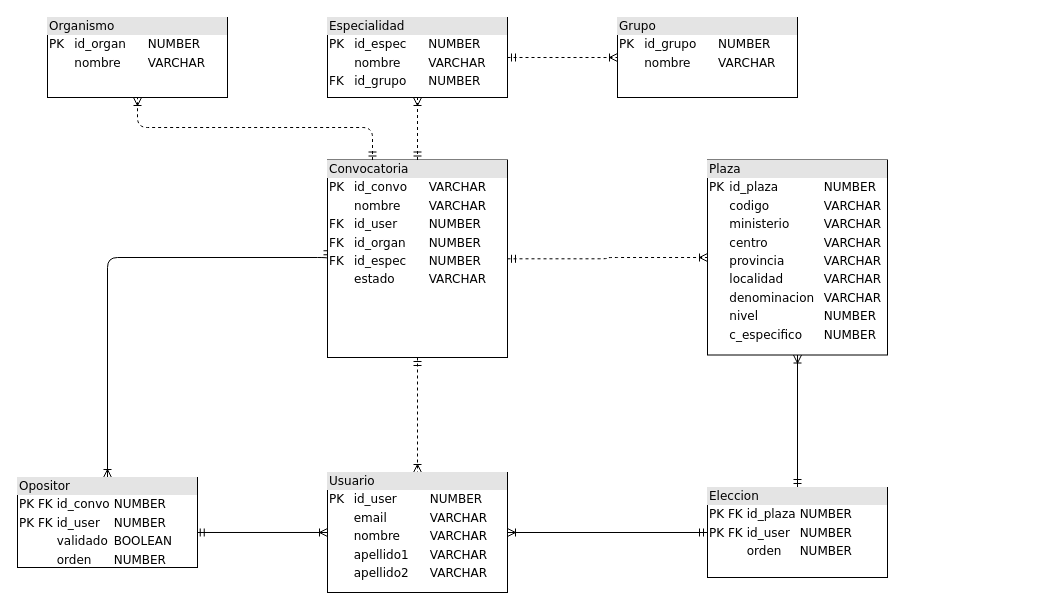
Castillo82/simuladordestinos keeps this draw.io diagram as diagramas/simuladordestinos.drawio. Above is the earlier version. Source tidied: cells renumbered, new cells numbered last; positions are measured from the earlier drawing's top-left corner, leaving out a move shared by most shapes. Both pictures are drawn from the tidied source at 100%, with x=0, y=0 at pixel (17, 17).
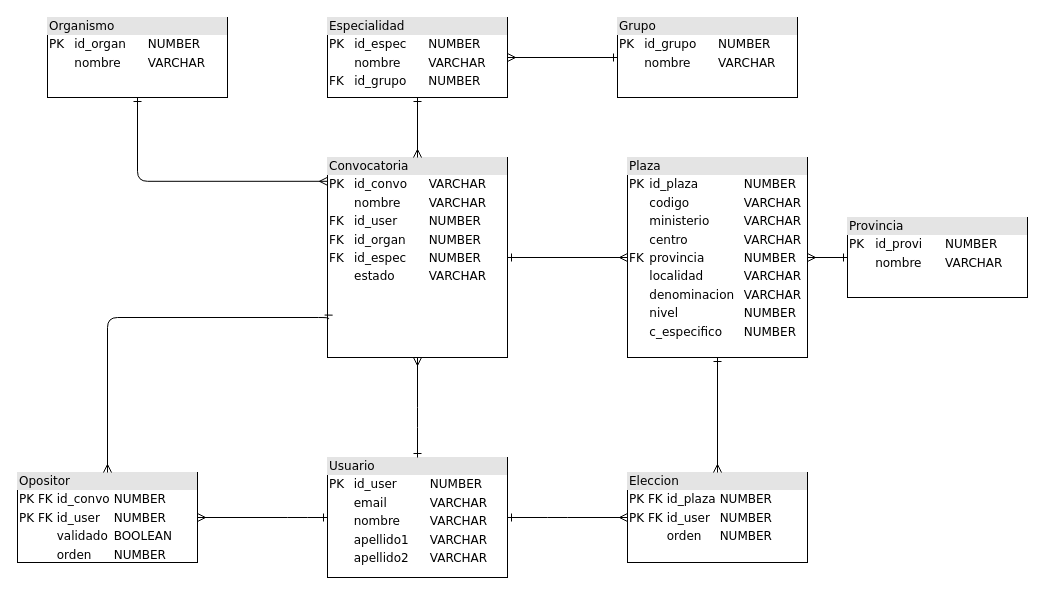
The same diagram, later.

The change refers to these unchanged cells:
```xml
<mxCell id="11" value="&lt;div style=&quot;box-sizing: border-box ; width: 100% ; background: #e4e4e4 ; padding: 2px&quot;&gt;Grupo&lt;/div&gt;&lt;table style=&quot;width: 100% ; font-size: 1em&quot; cellspacing=&quot;0&quot; cellpadding=&quot;2&quot;&gt;&lt;tbody&gt;&lt;tr&gt;&lt;td&gt;PK&lt;br&gt;&lt;/td&gt;&lt;td&gt;id_grupo&lt;br&gt;&lt;/td&gt;&lt;td&gt;NUMBER&lt;br&gt;&lt;/td&gt;&lt;/tr&gt;&lt;tr&gt;&lt;td&gt;&lt;br&gt;&lt;/td&gt;&lt;td&gt;nombre&lt;br&gt;&lt;/td&gt;&lt;td&gt;VARCHAR&lt;br&gt;&lt;/td&gt;&lt;/tr&gt;&lt;tr&gt;&lt;td&gt;&lt;br&gt;&lt;/td&gt;&lt;td&gt;&lt;br&gt;&lt;/td&gt;&lt;td&gt;&lt;br&gt;&lt;/td&gt;&lt;/tr&gt;&lt;tr&gt;&lt;td&gt;&lt;br&gt;&lt;/td&gt;&lt;td&gt;&lt;br&gt;&lt;/td&gt;&lt;td&gt;&lt;br&gt;&lt;/td&gt;&lt;/tr&gt;&lt;tr&gt;&lt;td&gt;&lt;br&gt;&lt;/td&gt;&lt;td&gt;&lt;br&gt;&lt;/td&gt;&lt;td&gt;&lt;br&gt;&lt;/td&gt;&lt;/tr&gt;&lt;/tbody&gt;&lt;/table&gt;" style="verticalAlign=top;align=left;overflow=fill;html=1;rounded=0;shadow=0;comic=0;labelBackgroundColor=none;strokeWidth=1;fontFamily=Verdana;fontSize=12;" parent="1" vertex="1">
  <mxGeometry x="600" width="180" height="80" as="geometry" />
</mxCell>
<mxCell id="14" value="&lt;div style=&quot;box-sizing: border-box ; width: 100% ; background: #e4e4e4 ; padding: 2px&quot;&gt;Especialidad&lt;/div&gt;&lt;table style=&quot;width: 100% ; font-size: 1em&quot; cellspacing=&quot;0&quot; cellpadding=&quot;2&quot;&gt;&lt;tbody&gt;&lt;tr&gt;&lt;td&gt;PK&lt;br&gt;&lt;/td&gt;&lt;td&gt;id_espec&lt;br&gt;&lt;/td&gt;&lt;td&gt;NUMBER&lt;br&gt;&lt;/td&gt;&lt;/tr&gt;&lt;tr&gt;&lt;td&gt;&lt;br&gt;&lt;/td&gt;&lt;td&gt;nombre&lt;br&gt;&lt;/td&gt;&lt;td&gt;VARCHAR&lt;br&gt;&lt;/td&gt;&lt;/tr&gt;&lt;tr&gt;&lt;td&gt;FK&lt;br&gt;&lt;/td&gt;&lt;td&gt;id_grupo&lt;br&gt;&lt;/td&gt;&lt;td&gt;NUMBER&lt;br&gt;&lt;/td&gt;&lt;/tr&gt;&lt;/tbody&gt;&lt;/table&gt;" style="verticalAlign=top;align=left;overflow=fill;html=1;rounded=0;shadow=0;comic=0;labelBackgroundColor=none;strokeWidth=1;fontFamily=Verdana;fontSize=12;" parent="1" vertex="1">
  <mxGeometry x="310" width="180" height="80" as="geometry" />
</mxCell>
<mxCell id="15" value="&lt;div style=&quot;box-sizing: border-box ; width: 100% ; background: #e4e4e4 ; padding: 2px&quot;&gt;Organismo&lt;/div&gt;&lt;table style=&quot;width: 100% ; font-size: 1em&quot; cellspacing=&quot;0&quot; cellpadding=&quot;2&quot;&gt;&lt;tbody&gt;&lt;tr&gt;&lt;td&gt;PK&lt;br&gt;&lt;/td&gt;&lt;td&gt;id_organ&lt;br&gt;&lt;/td&gt;&lt;td&gt;NUMBER&lt;br&gt;&lt;/td&gt;&lt;/tr&gt;&lt;tr&gt;&lt;td&gt;&lt;br&gt;&lt;/td&gt;&lt;td&gt;nombre&lt;br&gt;&lt;/td&gt;&lt;td&gt;VARCHAR&lt;br&gt;&lt;/td&gt;&lt;/tr&gt;&lt;tr&gt;&lt;td&gt;&lt;br&gt;&lt;/td&gt;&lt;td&gt;&lt;br&gt;&lt;/td&gt;&lt;td&gt;&lt;br&gt;&lt;/td&gt;&lt;/tr&gt;&lt;tr&gt;&lt;td&gt;&lt;br&gt;&lt;/td&gt;&lt;td&gt;&lt;br&gt;&lt;/td&gt;&lt;td&gt;&lt;br&gt;&lt;/td&gt;&lt;/tr&gt;&lt;tr&gt;&lt;td&gt;&lt;br&gt;&lt;/td&gt;&lt;td&gt;&lt;br&gt;&lt;/td&gt;&lt;td&gt;&lt;br&gt;&lt;/td&gt;&lt;/tr&gt;&lt;/tbody&gt;&lt;/table&gt;" style="verticalAlign=top;align=left;overflow=fill;html=1;rounded=0;shadow=0;comic=0;labelBackgroundColor=none;strokeWidth=1;fontFamily=Verdana;fontSize=12;" parent="1" vertex="1">
  <mxGeometry x="30" width="180" height="80" as="geometry" />
</mxCell>
```

Change to the diagram source:
```diff
@@
-    <mxCell id="2" style="edgeStyle=orthogonalEdgeStyle;html=1;dashed=1;labelBackgroundColor=none;startArrow=ERmandOne;endArrow=ERoneToMany;fontFamily=Verdana;fontSize=12;align=left;entryX=0.5;entryY=1;entryDx=0;entryDy=0;" parent="1" edge="1" source="18" target="14">
-      <mxGeometry relative="1" as="geometry" />
-    </mxCell>
-    <mxCell id="3" style="edgeStyle=orthogonalEdgeStyle;html=1;dashed=1;labelBackgroundColor=none;startArrow=ERmandOne;endArrow=ERoneToMany;fontFamily=Verdana;fontSize=12;align=left;entryX=0.5;entryY=1;entryDx=0;entryDy=0;exitX=0.25;exitY=0;exitDx=0;exitDy=0;" parent="1" edge="1" source="18" target="15">
-      <mxGeometry relative="1" as="geometry">
-        <Array as="points">
-          <mxPoint x="355" y="110" />
-          <mxPoint x="120" y="110" />
-        </Array>
-      </mxGeometry>
-    </mxCell>
-    <mxCell id="4" style="edgeStyle=orthogonalEdgeStyle;html=1;labelBackgroundColor=none;startArrow=ERmandOne;endArrow=ERoneToMany;fontFamily=Verdana;fontSize=12;align=left;entryX=0.5;entryY=1;entryDx=0;entryDy=0;exitX=0.5;exitY=0;exitDx=0;exitDy=0;" parent="1" edge="1" source="8" target="6">
-      <mxGeometry relative="1" as="geometry" />
-    </mxCell>
-    <mxCell id="5" style="edgeStyle=orthogonalEdgeStyle;html=1;entryX=0;entryY=0.5;dashed=1;labelBackgroundColor=none;startArrow=ERmandOne;endArrow=ERoneToMany;fontFamily=Verdana;fontSize=12;align=left;entryDx=0;entryDy=0;" parent="1" edge="1" source="18" target="6">
-      <mxGeometry relative="1" as="geometry" />
-    </mxCell>
-    <mxCell id="6" value="&lt;div style=&quot;box-sizing: border-box ; width: 100% ; background: #e4e4e4 ; padding: 2px&quot;&gt;Plaza&lt;br&gt;&lt;/div&gt;&lt;table style=&quot;width: 100% ; font-size: 1em&quot; cellspacing=&quot;0&quot; cellpadding=&quot;2&quot;&gt;&lt;tbody&gt;&lt;tr&gt;&lt;td&gt;PK&lt;br&gt;&lt;/td&gt;&lt;td&gt;id_plaza&lt;br&gt;&lt;/td&gt;&lt;td&gt;NUMBER&lt;br&gt;&lt;/td&gt;&lt;/tr&gt;&lt;tr&gt;&lt;td&gt;&lt;br&gt;&lt;/td&gt;&lt;td&gt;codigo&lt;br&gt;&lt;/td&gt;&lt;td&gt;VARCHAR&lt;br&gt;&lt;/td&gt;&lt;/tr&gt;&lt;tr&gt;&lt;td&gt;&lt;br&gt;&lt;/td&gt;&lt;td&gt;ministerio&lt;br&gt;&lt;/td&gt;&lt;td&gt;VARCHAR&lt;br&gt;&lt;/td&gt;&lt;/tr&gt;&lt;tr&gt;&lt;td&gt;&lt;br&gt;&lt;/td&gt;&lt;td&gt;centro&lt;br&gt;&lt;/td&gt;&lt;td&gt;VARCHAR&lt;/td&gt;&lt;/tr&gt;&lt;tr&gt;&lt;td&gt;&lt;br&gt;&lt;/td&gt;&lt;td&gt;provincia&lt;br&gt;&lt;/td&gt;&lt;td&gt;VARCHAR&lt;/td&gt;&lt;/tr&gt;&lt;tr&gt;&lt;td&gt;&lt;br&gt;&lt;/td&gt;&lt;td&gt;localidad&lt;br&gt;&lt;/td&gt;&lt;td&gt;VARCHAR&lt;/td&gt;&lt;/tr&gt;&lt;tr&gt;&lt;td&gt;&lt;br&gt;&lt;/td&gt;&lt;td&gt;denominacion&lt;br&gt;&lt;/td&gt;&lt;td&gt;VARCHAR&lt;/td&gt;&lt;/tr&gt;&lt;tr&gt;&lt;td&gt;&lt;br&gt;&lt;/td&gt;&lt;td&gt;nivel&lt;br&gt;&lt;/td&gt;&lt;td&gt;NUMBER&lt;br&gt;&lt;/td&gt;&lt;/tr&gt;&lt;tr&gt;&lt;td&gt;&lt;br&gt;&lt;/td&gt;&lt;td&gt;c_especifico&lt;br&gt;&lt;/td&gt;&lt;td&gt;NUMBER&lt;br&gt;&lt;/td&gt;&lt;/tr&gt;&lt;/tbody&gt;&lt;/table&gt;" style="verticalAlign=top;align=left;overflow=fill;html=1;rounded=0;shadow=0;comic=0;labelBackgroundColor=none;strokeWidth=1;fontFamily=Verdana;fontSize=12;" parent="1" vertex="1">
-      <mxGeometry x="690" y="142.5" width="180" height="195" as="geometry" />
+    <mxCell id="6" value="&lt;div style=&quot;box-sizing: border-box ; width: 100% ; background: #e4e4e4 ; padding: 2px&quot;&gt;Plaza&lt;br&gt;&lt;/div&gt;&lt;table style=&quot;width: 100% ; font-size: 1em&quot; cellspacing=&quot;0&quot; cellpadding=&quot;2&quot;&gt;&lt;tbody&gt;&lt;tr&gt;&lt;td&gt;PK&lt;br&gt;&lt;/td&gt;&lt;td&gt;id_plaza&lt;br&gt;&lt;/td&gt;&lt;td&gt;NUMBER&lt;br&gt;&lt;/td&gt;&lt;/tr&gt;&lt;tr&gt;&lt;td&gt;&lt;br&gt;&lt;/td&gt;&lt;td&gt;codigo&lt;br&gt;&lt;/td&gt;&lt;td&gt;VARCHAR&lt;br&gt;&lt;/td&gt;&lt;/tr&gt;&lt;tr&gt;&lt;td&gt;&lt;br&gt;&lt;/td&gt;&lt;td&gt;ministerio&lt;br&gt;&lt;/td&gt;&lt;td&gt;VARCHAR&lt;br&gt;&lt;/td&gt;&lt;/tr&gt;&lt;tr&gt;&lt;td&gt;&lt;br&gt;&lt;/td&gt;&lt;td&gt;centro&lt;br&gt;&lt;/td&gt;&lt;td&gt;VARCHAR&lt;/td&gt;&lt;/tr&gt;&lt;tr&gt;&lt;td&gt;FK&lt;br&gt;&lt;/td&gt;&lt;td&gt;provincia&lt;br&gt;&lt;/td&gt;&lt;td&gt;NUMBER&lt;br&gt;&lt;/td&gt;&lt;/tr&gt;&lt;tr&gt;&lt;td&gt;&lt;br&gt;&lt;/td&gt;&lt;td&gt;localidad&lt;br&gt;&lt;/td&gt;&lt;td&gt;VARCHAR&lt;/td&gt;&lt;/tr&gt;&lt;tr&gt;&lt;td&gt;&lt;br&gt;&lt;/td&gt;&lt;td&gt;denominacion&lt;br&gt;&lt;/td&gt;&lt;td&gt;VARCHAR&lt;/td&gt;&lt;/tr&gt;&lt;tr&gt;&lt;td&gt;&lt;br&gt;&lt;/td&gt;&lt;td&gt;nivel&lt;br&gt;&lt;/td&gt;&lt;td&gt;NUMBER&lt;br&gt;&lt;/td&gt;&lt;/tr&gt;&lt;tr&gt;&lt;td&gt;&lt;br&gt;&lt;/td&gt;&lt;td&gt;c_especifico&lt;br&gt;&lt;/td&gt;&lt;td&gt;NUMBER&lt;br&gt;&lt;/td&gt;&lt;/tr&gt;&lt;/tbody&gt;&lt;/table&gt;" style="verticalAlign=top;align=left;overflow=fill;html=1;rounded=0;shadow=0;comic=0;labelBackgroundColor=none;strokeWidth=1;fontFamily=Verdana;fontSize=12;" parent="1" vertex="1">
+      <mxGeometry x="610" y="140" width="180" height="200" as="geometry" />
     </mxCell>
-    <mxCell id="7" style="edgeStyle=orthogonalEdgeStyle;html=1;entryX=0.5;entryY=0;labelBackgroundColor=none;startArrow=ERmandOne;endArrow=ERoneToMany;fontFamily=Verdana;fontSize=12;align=left;exitX=0;exitY=0.5;exitDx=0;exitDy=0;entryDx=0;entryDy=0;" parent="1" edge="1" source="18" target="16">
-      <mxGeometry relative="1" as="geometry">
-        <Array as="points">
-          <mxPoint x="310" y="240" />
-          <mxPoint x="90" y="240" />
-        </Array>
-      </mxGeometry>
-    </mxCell>
     <mxCell id="8" value="&lt;div style=&quot;box-sizing: border-box ; width: 100% ; background: #e4e4e4 ; padding: 2px&quot;&gt;Eleccion&lt;/div&gt;&lt;table cellspacing=&quot;0&quot; cellpadding=&quot;2&quot;&gt;&lt;tbody&gt;&lt;tr&gt;&lt;td&gt;PK FK&lt;br&gt;&lt;/td&gt;&lt;td&gt;id_plaza&lt;br&gt;&lt;/td&gt;&lt;td&gt;NUMBER&lt;br&gt;&lt;/td&gt;&lt;/tr&gt;&lt;tr&gt;&lt;td&gt;PK FK&lt;br&gt;&lt;/td&gt;&lt;td&gt;id_user&lt;br&gt;&lt;/td&gt;&lt;td&gt;NUMBER&lt;br&gt;&lt;/td&gt;&lt;/tr&gt;&lt;tr&gt;&lt;td&gt;&lt;br&gt;&lt;/td&gt;&lt;td&gt;orden&lt;br&gt;&lt;/td&gt;&lt;td&gt;NUMBER&lt;br&gt;&lt;/td&gt;&lt;/tr&gt;&lt;tr&gt;&lt;td&gt;&lt;br&gt;&lt;/td&gt;&lt;td&gt;&lt;br&gt;&lt;/td&gt;&lt;td&gt;&lt;br&gt;&lt;/td&gt;&lt;/tr&gt;&lt;tr&gt;&lt;td&gt;&lt;br&gt;&lt;/td&gt;&lt;td&gt;&lt;br&gt;&lt;/td&gt;&lt;td&gt;&lt;br&gt;&lt;/td&gt;&lt;/tr&gt;&lt;/tbody&gt;&lt;/table&gt;" style="verticalAlign=top;align=left;overflow=fill;html=1;rounded=0;shadow=0;comic=0;labelBackgroundColor=none;strokeWidth=1;fontFamily=Verdana;fontSize=12;" parent="1" vertex="1">
-      <mxGeometry x="690" y="470" width="180" height="90" as="geometry" />
+      <mxGeometry x="610" y="455" width="180" height="90" as="geometry" />
     </mxCell>
-    <mxCell id="9" style="edgeStyle=orthogonalEdgeStyle;html=1;labelBackgroundColor=none;startArrow=ERmandOne;endArrow=ERoneToMany;fontFamily=Verdana;fontSize=12;align=left;dashed=1;" parent="1" edge="1" source="18" target="17">
-      <mxGeometry relative="1" as="geometry" />
-    </mxCell>
-    <mxCell id="10" style="edgeStyle=orthogonalEdgeStyle;html=1;dashed=1;labelBackgroundColor=none;startArrow=ERmandOne;endArrow=ERoneToMany;fontFamily=Verdana;fontSize=12;align=left;exitX=1;exitY=0.5;exitDx=0;exitDy=0;" parent="1" edge="1" source="14" target="11">
+    <mxCell id="10" style="edgeStyle=orthogonalEdgeStyle;html=1;labelBackgroundColor=none;startArrow=ERmany;endArrow=ERone;fontFamily=Verdana;fontSize=12;align=left;exitX=1;exitY=0.5;exitDx=0;exitDy=0;startFill=0;endFill=0;" parent="1" edge="1" source="14" target="11">
       <mxGeometry relative="1" as="geometry" />
     </mxCell>
@@
-    <mxCell id="12" style="edgeStyle=orthogonalEdgeStyle;html=1;labelBackgroundColor=none;startArrow=ERmandOne;endArrow=ERoneToMany;fontFamily=Verdana;fontSize=12;align=left;entryX=1;entryY=0.5;entryDx=0;entryDy=0;exitX=0;exitY=0.5;exitDx=0;exitDy=0;" parent="1" edge="1" source="8" target="17">
-      <mxGeometry relative="1" as="geometry" />
-    </mxCell>
-    <mxCell id="13" style="edgeStyle=orthogonalEdgeStyle;html=1;labelBackgroundColor=none;startArrow=ERmandOne;endArrow=ERoneToMany;fontFamily=Verdana;fontSize=12;align=left;exitX=0.993;exitY=0.611;exitDx=0;exitDy=0;exitPerimeter=0;" parent="1" edge="1" source="16" target="17">
-      <mxGeometry relative="1" as="geometry" />
-    </mxCell>
@@
     <mxCell id="16" value="&lt;div style=&quot;box-sizing: border-box ; width: 100% ; background: #e4e4e4 ; padding: 2px&quot;&gt;Opositor&lt;/div&gt;&lt;table cellspacing=&quot;0&quot; cellpadding=&quot;2&quot;&gt;&lt;tbody&gt;&lt;tr&gt;&lt;td&gt;PK FK&lt;br&gt;&lt;/td&gt;&lt;td&gt;id_convo&lt;br&gt;&lt;/td&gt;&lt;td&gt;NUMBER&lt;br&gt;&lt;/td&gt;&lt;/tr&gt;&lt;tr&gt;&lt;td&gt;PK FK&lt;br&gt;&lt;/td&gt;&lt;td&gt;id_user&lt;br&gt;&lt;/td&gt;&lt;td&gt;NUMBER&lt;br&gt;&lt;/td&gt;&lt;/tr&gt;&lt;tr&gt;&lt;td&gt;&lt;br&gt;&lt;/td&gt;&lt;td&gt;validado&lt;br&gt;&lt;/td&gt;&lt;td&gt;BOOLEAN&lt;br&gt;&lt;/td&gt;&lt;/tr&gt;&lt;tr&gt;&lt;td&gt;&lt;br&gt;&lt;/td&gt;&lt;td&gt;orden&lt;br&gt;&lt;/td&gt;&lt;td&gt;NUMBER&lt;br&gt;&lt;/td&gt;&lt;/tr&gt;&lt;tr&gt;&lt;td&gt;&lt;br&gt;&lt;/td&gt;&lt;td&gt;&lt;br&gt;&lt;/td&gt;&lt;td&gt;&lt;br&gt;&lt;/td&gt;&lt;/tr&gt;&lt;/tbody&gt;&lt;/table&gt;" style="verticalAlign=top;align=left;overflow=fill;html=1;rounded=0;shadow=0;comic=0;labelBackgroundColor=none;strokeWidth=1;fontFamily=Verdana;fontSize=12;" parent="1" vertex="1">
-      <mxGeometry y="460" width="180" height="90" as="geometry" />
+      <mxGeometry y="455" width="180" height="90" as="geometry" />
     </mxCell>
     <mxCell id="17" value="&lt;div style=&quot;box-sizing: border-box ; width: 100% ; background: #e4e4e4 ; padding: 2px&quot;&gt;Usuario&lt;br&gt;&lt;/div&gt;&lt;table style=&quot;width: 100% ; font-size: 1em&quot; cellspacing=&quot;0&quot; cellpadding=&quot;2&quot;&gt;&lt;tbody&gt;&lt;tr&gt;&lt;td&gt;PK&lt;br&gt;&lt;/td&gt;&lt;td&gt;id_user&lt;br&gt;&lt;/td&gt;&lt;td&gt;NUMBER&lt;br&gt;&lt;/td&gt;&lt;/tr&gt;&lt;tr&gt;&lt;td&gt;&lt;br&gt;&lt;/td&gt;&lt;td&gt;email&lt;br&gt;&lt;/td&gt;&lt;td&gt;VARCHAR&lt;br&gt;&lt;/td&gt;&lt;/tr&gt;&lt;tr&gt;&lt;td&gt;&lt;br&gt;&lt;/td&gt;&lt;td&gt;nombre&lt;br&gt;&lt;/td&gt;&lt;td&gt;VARCHAR&lt;/td&gt;&lt;/tr&gt;&lt;tr&gt;&lt;td&gt;&lt;br&gt;&lt;/td&gt;&lt;td&gt;apellido1&lt;br&gt;&lt;/td&gt;&lt;td&gt;VARCHAR&lt;/td&gt;&lt;/tr&gt;&lt;tr&gt;&lt;td&gt;&lt;br&gt;&lt;/td&gt;&lt;td&gt;apellido2&lt;br&gt;&lt;/td&gt;&lt;td&gt;VARCHAR&lt;/td&gt;&lt;/tr&gt;&lt;/tbody&gt;&lt;/table&gt;" style="verticalAlign=top;align=left;overflow=fill;html=1;rounded=0;shadow=0;comic=0;labelBackgroundColor=none;strokeWidth=1;fontFamily=Verdana;fontSize=12;" parent="1" vertex="1">
-      <mxGeometry x="310" y="455" width="180" height="120" as="geometry" />
+      <mxGeometry x="310" y="440" width="180" height="120" as="geometry" />
     </mxCell>
     <mxCell id="18" value="&lt;div style=&quot;box-sizing: border-box ; width: 100% ; background: #e4e4e4 ; padding: 2px&quot;&gt;Convocatoria&lt;br&gt;&lt;/div&gt;&lt;table style=&quot;width: 100% ; font-size: 1em&quot; cellspacing=&quot;0&quot; cellpadding=&quot;2&quot;&gt;&lt;tbody&gt;&lt;tr&gt;&lt;td&gt;PK&lt;br&gt;&lt;/td&gt;&lt;td&gt;id_convo&lt;br&gt;&lt;/td&gt;&lt;td&gt;VARCHAR&lt;br&gt;&lt;/td&gt;&lt;/tr&gt;&lt;tr&gt;&lt;td&gt;&lt;br&gt;&lt;/td&gt;&lt;td&gt;nombre&lt;br&gt;&lt;/td&gt;&lt;td&gt;VARCHAR&lt;br&gt;&lt;/td&gt;&lt;/tr&gt;&lt;tr&gt;&lt;td&gt;FK&lt;br&gt;&lt;/td&gt;&lt;td&gt;id_user&lt;br&gt;&lt;/td&gt;&lt;td&gt;NUMBER&lt;br&gt;&lt;/td&gt;&lt;/tr&gt;&lt;tr&gt;&lt;td&gt;FK&lt;br&gt;&lt;/td&gt;&lt;td&gt;id_organ&lt;br&gt;&lt;/td&gt;&lt;td&gt;NUMBER&lt;br&gt;&lt;/td&gt;&lt;/tr&gt;&lt;tr&gt;&lt;td&gt;FK&lt;br&gt;&lt;/td&gt;&lt;td&gt;id_espec&lt;br&gt;&lt;/td&gt;&lt;td&gt;NUMBER&lt;br&gt;&lt;/td&gt;&lt;/tr&gt;&lt;tr&gt;&lt;td&gt;&lt;br&gt;&lt;/td&gt;&lt;td&gt;estado&lt;br&gt;&lt;/td&gt;&lt;td&gt;VARCHAR&lt;br&gt;&lt;/td&gt;&lt;/tr&gt;&lt;tr&gt;&lt;td&gt;&lt;br&gt;&lt;/td&gt;&lt;td&gt;&lt;br&gt;&lt;/td&gt;&lt;td&gt;&lt;br&gt;&lt;/td&gt;&lt;/tr&gt;&lt;tr&gt;&lt;td&gt;&lt;br&gt;&lt;/td&gt;&lt;td&gt;&lt;br&gt;&lt;/td&gt;&lt;td&gt;&lt;br&gt;&lt;/td&gt;&lt;/tr&gt;&lt;tr&gt;&lt;td&gt;&lt;br&gt;&lt;/td&gt;&lt;td&gt;&lt;br&gt;&lt;/td&gt;&lt;td&gt;&lt;br&gt;&lt;/td&gt;&lt;/tr&gt;&lt;tr&gt;&lt;td&gt;&lt;br&gt;&lt;/td&gt;&lt;td&gt;&lt;br&gt;&lt;/td&gt;&lt;td&gt;&lt;br&gt;&lt;/td&gt;&lt;/tr&gt;&lt;tr&gt;&lt;td&gt;&lt;br&gt;&lt;/td&gt;&lt;td&gt;&lt;br&gt;&lt;/td&gt;&lt;td&gt;&lt;br&gt;&lt;/td&gt;&lt;/tr&gt;&lt;/tbody&gt;&lt;/table&gt;" style="verticalAlign=top;align=left;overflow=fill;html=1;rounded=0;shadow=0;comic=0;labelBackgroundColor=none;strokeWidth=1;fontFamily=Verdana;fontSize=12;" parent="1" vertex="1">
-      <mxGeometry x="310" y="142.5" width="180" height="197.5" as="geometry" />
+      <mxGeometry x="310" y="140" width="180" height="200" as="geometry" />
     </mxCell>
+    <mxCell id="3" style="edgeStyle=orthogonalEdgeStyle;html=1;labelBackgroundColor=none;startArrow=ERmany;endArrow=ERone;fontFamily=Verdana;fontSize=12;align=left;exitX=0;exitY=0.119;exitDx=0;exitDy=0;startFill=0;endFill=0;entryX=0.5;entryY=1;entryDx=0;entryDy=0;exitPerimeter=0;" parent="1" edge="1" source="18" target="15">
+      <mxGeometry relative="1" as="geometry" />
+    </mxCell>
+    <mxCell id="2" style="edgeStyle=orthogonalEdgeStyle;html=1;labelBackgroundColor=none;startArrow=ERmany;endArrow=ERone;fontFamily=Verdana;fontSize=12;align=left;exitX=0.5;exitY=0;exitDx=0;exitDy=0;startFill=0;endFill=0;entryX=0.5;entryY=1;entryDx=0;entryDy=0;" parent="1" edge="1" source="18" target="14">
+      <mxGeometry relative="1" as="geometry" />
+    </mxCell>
+    <mxCell id="19" style="edgeStyle=orthogonalEdgeStyle;html=1;labelBackgroundColor=none;startArrow=ERmany;endArrow=ERone;fontFamily=Verdana;fontSize=12;align=left;startFill=0;endFill=0;entryX=0.006;entryY=0.808;entryDx=0;entryDy=0;entryPerimeter=0;exitX=0.5;exitY=0;exitDx=0;exitDy=0;" parent="1" edge="1" source="16" target="18">
+      <mxGeometry relative="1" as="geometry">
+        <Array as="points">
+          <mxPoint x="90" y="300" />
+          <mxPoint x="311" y="300" />
+        </Array>
+      </mxGeometry>
+    </mxCell>
+    <mxCell id="9" style="edgeStyle=orthogonalEdgeStyle;html=1;labelBackgroundColor=none;startArrow=ERmany;endArrow=ERone;fontFamily=Verdana;fontSize=12;align=left;exitX=0.5;exitY=1;exitDx=0;exitDy=0;startFill=0;endFill=0;entryX=0.5;entryY=0;entryDx=0;entryDy=0;" parent="1" edge="1" source="18" target="17">
+      <mxGeometry relative="1" as="geometry">
+        <Array as="points">
+          <mxPoint x="400" y="400" />
+          <mxPoint x="400" y="400" />
+        </Array>
+      </mxGeometry>
+    </mxCell>
+    <mxCell id="20" value="&lt;div style=&quot;box-sizing: border-box ; width: 100% ; background: #e4e4e4 ; padding: 2px&quot;&gt;Provincia&lt;br&gt;&lt;/div&gt;&lt;table style=&quot;width: 100% ; font-size: 1em&quot; cellspacing=&quot;0&quot; cellpadding=&quot;2&quot;&gt;&lt;tbody&gt;&lt;tr&gt;&lt;td&gt;PK&lt;br&gt;&lt;/td&gt;&lt;td&gt;id_provi&lt;br&gt;&lt;/td&gt;&lt;td&gt;NUMBER&lt;br&gt;&lt;/td&gt;&lt;/tr&gt;&lt;tr&gt;&lt;td&gt;&lt;br&gt;&lt;/td&gt;&lt;td&gt;nombre&lt;br&gt;&lt;/td&gt;&lt;td&gt;VARCHAR&lt;br&gt;&lt;/td&gt;&lt;/tr&gt;&lt;tr&gt;&lt;td&gt;&lt;br&gt;&lt;/td&gt;&lt;td&gt;&lt;br&gt;&lt;/td&gt;&lt;td&gt;&lt;br&gt;&lt;/td&gt;&lt;/tr&gt;&lt;tr&gt;&lt;td&gt;&lt;br&gt;&lt;/td&gt;&lt;td&gt;&lt;br&gt;&lt;/td&gt;&lt;td&gt;&lt;br&gt;&lt;/td&gt;&lt;/tr&gt;&lt;tr&gt;&lt;td&gt;&lt;br&gt;&lt;/td&gt;&lt;td&gt;&lt;br&gt;&lt;/td&gt;&lt;td&gt;&lt;br&gt;&lt;/td&gt;&lt;/tr&gt;&lt;/tbody&gt;&lt;/table&gt;" style="verticalAlign=top;align=left;overflow=fill;html=1;rounded=0;shadow=0;comic=0;labelBackgroundColor=none;strokeWidth=1;fontFamily=Verdana;fontSize=12;" parent="1" vertex="1">
+      <mxGeometry x="830" y="200" width="180" height="80" as="geometry" />
+    </mxCell>
+    <mxCell id="21" style="edgeStyle=orthogonalEdgeStyle;html=1;labelBackgroundColor=none;startArrow=ERmany;endArrow=ERone;fontFamily=Verdana;fontSize=12;align=left;exitX=1;exitY=0.5;exitDx=0;exitDy=0;startFill=0;endFill=0;entryX=0;entryY=0.5;entryDx=0;entryDy=0;" parent="1" edge="1" source="6" target="20">
+      <mxGeometry relative="1" as="geometry" />
+    </mxCell>
+    <mxCell id="22" style="edgeStyle=orthogonalEdgeStyle;html=1;labelBackgroundColor=none;startArrow=ERmany;endArrow=ERone;fontFamily=Verdana;fontSize=12;align=left;startFill=0;endFill=0;exitX=0;exitY=0.5;exitDx=0;exitDy=0;entryX=1;entryY=0.5;entryDx=0;entryDy=0;" parent="1" edge="1" source="6" target="18">
+      <mxGeometry relative="1" as="geometry" />
+    </mxCell>
+    <mxCell id="4" style="edgeStyle=orthogonalEdgeStyle;html=1;labelBackgroundColor=none;startArrow=ERmany;endArrow=ERone;fontFamily=Verdana;fontSize=12;align=left;exitX=0.5;exitY=0;exitDx=0;exitDy=0;startFill=0;endFill=0;entryX=0.5;entryY=1;entryDx=0;entryDy=0;" parent="1" edge="1" source="8" target="6">
+      <mxGeometry relative="1" as="geometry">
+        <Array as="points">
+          <mxPoint x="700" y="455" />
+        </Array>
+      </mxGeometry>
+    </mxCell>
+    <mxCell id="13" style="edgeStyle=orthogonalEdgeStyle;html=1;labelBackgroundColor=none;startArrow=ERmany;endArrow=ERone;fontFamily=Verdana;fontSize=12;align=left;exitX=1;exitY=0.5;exitDx=0;exitDy=0;startFill=0;endFill=0;entryX=0;entryY=0.5;entryDx=0;entryDy=0;" parent="1" edge="1" source="16" target="17">
+      <mxGeometry relative="1" as="geometry">
+        <Array as="points">
+          <mxPoint x="280" y="500" />
+          <mxPoint x="280" y="500" />
+        </Array>
+      </mxGeometry>
+    </mxCell>
+    <mxCell id="12" style="edgeStyle=orthogonalEdgeStyle;html=1;labelBackgroundColor=none;startArrow=ERmany;endArrow=ERone;fontFamily=Verdana;fontSize=12;align=left;exitX=0;exitY=0.5;exitDx=0;exitDy=0;startFill=0;endFill=0;entryX=1;entryY=0.5;entryDx=0;entryDy=0;" parent="1" edge="1" source="8" target="17">
+      <mxGeometry relative="1" as="geometry">
+        <Array as="points">
+          <mxPoint x="540" y="500" />
+          <mxPoint x="540" y="500" />
+        </Array>
+      </mxGeometry>
+    </mxCell>
```
